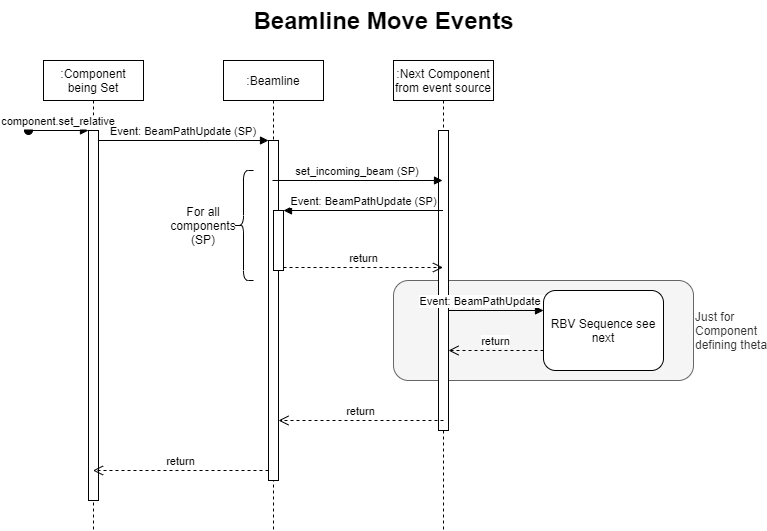
Before: reflectometers/BeamlineMoveEvents.png, a diagram exported from draw.io (ISISComputingGroup/ibex_developers_manual). Source tidied: cells renumbered, new cells last; positions are measured from the earlier drawing's top-left corner, leaving out a move shared by most shapes.
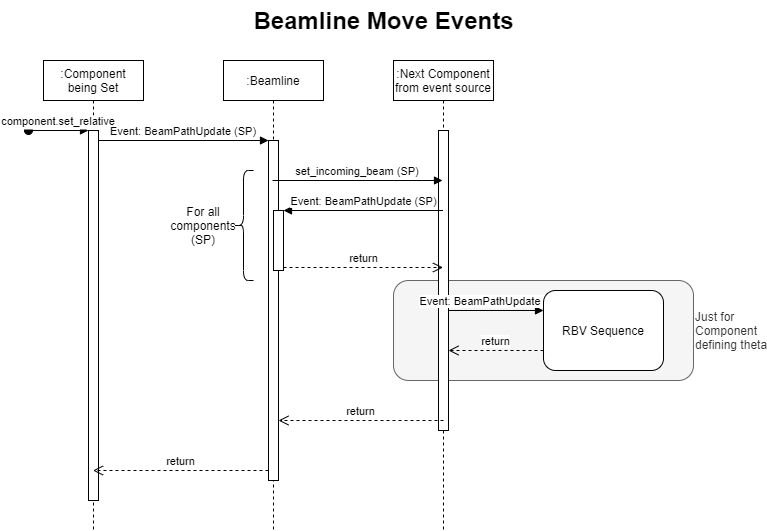
The same file after the commit.

Diff of the diagram source:
```diff
@@ -58,7 +58,7 @@
     <mxCell id="18" value="return" style="html=1;verticalAlign=bottom;endArrow=open;dashed=1;endSize=8;exitX=0;exitY=0.75;exitDx=0;exitDy=0;" parent="1" edge="1" source="19" target="11">
       <mxGeometry relative="1" as="geometry" />
     </mxCell>
-    <mxCell id="19" value="RBV Sequence see next" style="rounded=1;whiteSpace=wrap;html=1;" parent="1" vertex="1">
+    <mxCell id="19" value="RBV Sequence" style="rounded=1;whiteSpace=wrap;html=1;" parent="1" vertex="1">
       <mxGeometry x="540" y="290" width="120" height="80" as="geometry" />
     </mxCell>
     <mxCell id="20" value="return" style="html=1;verticalAlign=bottom;endArrow=open;dashed=1;endSize=8;" parent="1" edge="1" target="7">
```
